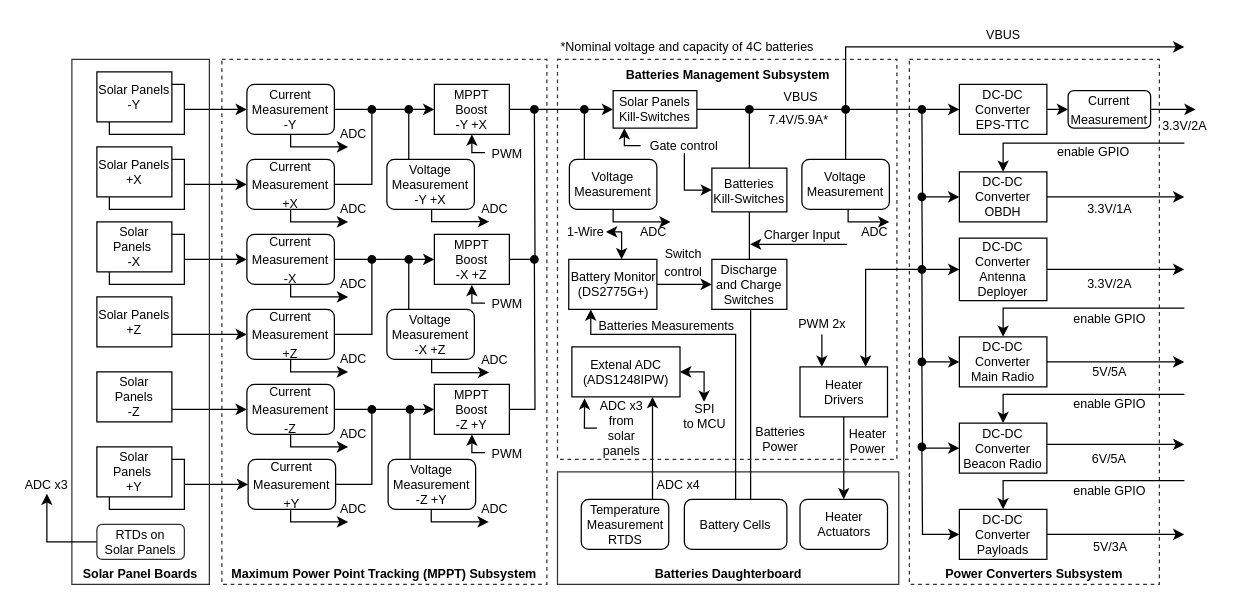
Before: doc/figures/eps2_power_diagram.drawio in spacelab-ufsc/eps2, a draw.io diagram. Source tidied: cells renumbered, new cells numbered last; positions are measured from the earlier drawing's top-left corner, leaving out a move shared by most shapes. Both pictures are drawn from the tidied source at 125%, with x=0, y=0 at pixel (21, 21).
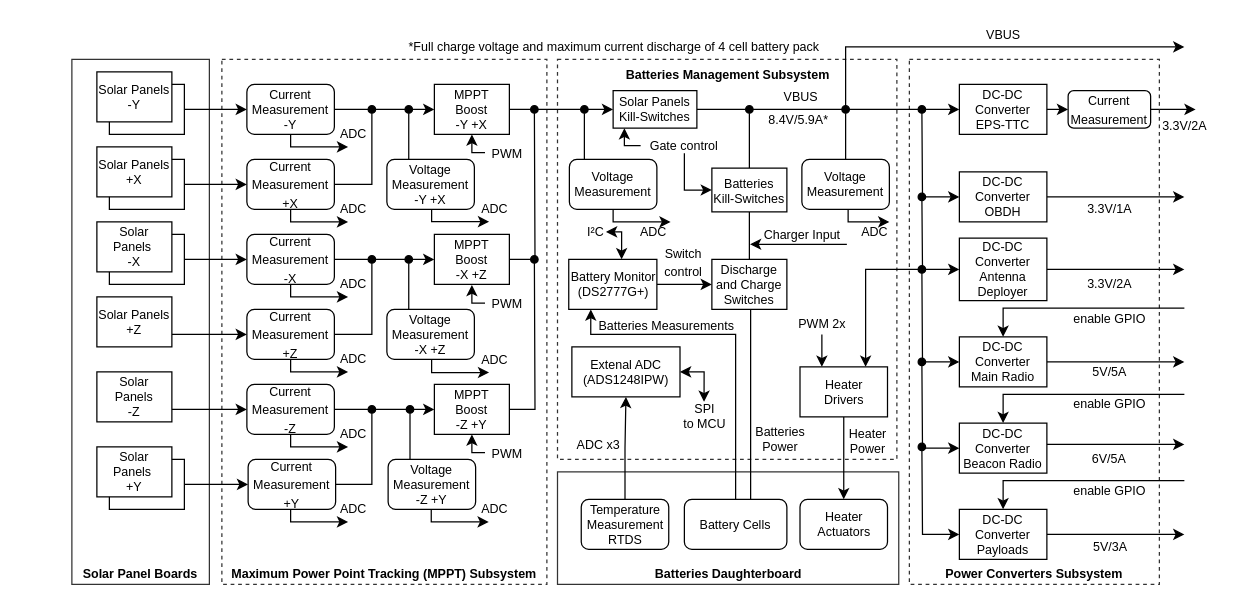
Above is the later version.

Commit message (it also covers changes not shown here):
doc: chapters: overview: Updating MCU and power block diagrams, adding PNG source images #127 #128 #130

Unchanged cells that the change refers to:
```xml
<mxCell id="59" value="Extenal ADC (ADS1248IPW)" style="rounded=0;whiteSpace=wrap;html=1;fontSize=10;" parent="1" vertex="1">
  <mxGeometry x="440" y="260" width="86.5" height="40" as="geometry" />
</mxCell>
<mxCell id="61" value="&lt;span&gt;Temperature&lt;/span&gt;&lt;br&gt;Measurement&lt;br&gt;&lt;span&gt;RTDS&lt;/span&gt;" style="rounded=1;whiteSpace=wrap;html=1;fontSize=10;" parent="1" vertex="1">
  <mxGeometry x="447.5" y="382" width="70" height="40" as="geometry" />
</mxCell>
```

Diff of the diagram source:
```diff
@@
-    <mxCell id="57" value="Battery Monitor&lt;br&gt;(DS2775G+)" style="rounded=0;whiteSpace=wrap;html=1;fontSize=10;" parent="1" vertex="1">
+    <mxCell id="57" value="Battery Monitor&lt;br&gt;(DS2777G+)" style="rounded=0;whiteSpace=wrap;html=1;fontSize=10;" parent="1" vertex="1">
       <mxGeometry x="437.5" y="190" width="70.5" height="40" as="geometry" />
     </mxCell>
@@
-    <mxCell id="60" style="edgeStyle=orthogonalEdgeStyle;rounded=0;orthogonalLoop=1;jettySize=auto;html=1;exitX=0.5;exitY=0;exitDx=0;exitDy=0;entryX=0.5;entryY=1;entryDx=0;entryDy=0;endArrow=classic;endFill=1;fontSize=10;" parent="1" edge="1">
-      <mxGeometry relative="1" as="geometry">
-        <mxPoint x="504.5" y="382" as="sourcePoint" />
-        <mxPoint x="504.5" y="300" as="targetPoint" />
-      </mxGeometry>
+    <mxCell id="60" style="edgeStyle=orthogonalEdgeStyle;rounded=0;jettySize=auto;html=1;exitX=0.5;exitY=0;exitDx=0;exitDy=0;entryX=0.5;entryY=1;entryDx=0;entryDy=0;endArrow=classic;endFill=1;fontSize=10;" parent="1" edge="1" source="61" target="59">
+      <mxGeometry relative="1" as="geometry" />
     </mxCell>
@@
-    <mxCell id="91" value="7.4V/5.9A*" style="text;html=1;strokeColor=none;fillColor=none;align=center;verticalAlign=middle;whiteSpace=wrap;rounded=0;shadow=0;glass=0;sketch=0;fontSize=10;" parent="1" vertex="1">
+    <mxCell id="91" value="8.4V/5.9A*" style="text;html=1;strokeColor=none;fillColor=none;align=center;verticalAlign=middle;whiteSpace=wrap;rounded=0;shadow=0;glass=0;sketch=0;fontSize=10;" parent="1" vertex="1">
       <mxGeometry x="591" y="70" width="61" height="16" as="geometry" />
     </mxCell>
@@
-    <mxCell id="100" value="ADC x4" style="text;html=1;strokeColor=none;fillColor=none;align=center;verticalAlign=middle;whiteSpace=wrap;rounded=0;shadow=0;glass=0;sketch=0;fontSize=10;" parent="1" vertex="1">
-      <mxGeometry x="504" y="362.5" width="43" height="15" as="geometry" />
+    <mxCell id="100" value="ADC x3" style="text;html=1;strokeColor=none;fillColor=none;align=center;verticalAlign=middle;whiteSpace=wrap;rounded=0;shadow=0;glass=0;sketch=0;fontSize=10;" parent="1" vertex="1">
+      <mxGeometry x="440" y="330" width="43" height="15" as="geometry" />
     </mxCell>
@@
-    <mxCell id="104" style="edgeStyle=orthogonalEdgeStyle;rounded=0;jettySize=auto;html=1;exitX=0;exitY=0.5;exitDx=0;exitDy=0;entryX=0.5;entryY=1;entryDx=0;entryDy=0;" parent="1" edge="1" source="105" target="106">
-      <mxGeometry relative="1" as="geometry">
-        <Array as="points">
-          <mxPoint x="20" y="416" />
-        </Array>
-      </mxGeometry>
-    </mxCell>
-    <mxCell id="105" value="RTDs on&lt;br&gt;Solar Panels" style="rounded=1;whiteSpace=wrap;html=1;strokeColor=#333333;strokeWidth=1;fillColor=none;fontSize=10;" parent="1" vertex="1">
-      <mxGeometry x="60" y="402" width="70" height="28" as="geometry" />
-    </mxCell>
-    <mxCell id="106" value="ADC x3" style="text;html=1;strokeColor=none;fillColor=none;align=center;verticalAlign=middle;whiteSpace=wrap;rounded=0;shadow=0;glass=0;sketch=0;fontSize=10;" parent="1" vertex="1">
-      <mxGeometry y="362.5" width="40" height="15" as="geometry" />
-    </mxCell>
@@
-    <mxCell id="124" style="edgeStyle=orthogonalEdgeStyle;rounded=0;orthogonalLoop=1;jettySize=auto;html=1;startArrow=classic;startFill=1;endArrow=none;endFill=0;strokeWidth=1;fontSize=10;fontColor=#FF0000;exitX=0.5;exitY=0;exitDx=0;exitDy=0;" parent="1" edge="1">
-      <mxGeometry relative="1" as="geometry">
-        <mxPoint x="785" y="120" as="sourcePoint" />
-        <mxPoint x="930" y="97" as="targetPoint" />
-        <Array as="points">
-          <mxPoint x="785" y="97" />
-          <mxPoint x="880" y="97" />
-        </Array>
-      </mxGeometry>
-    </mxCell>
-    <mxCell id="125" value="enable GPIO" style="text;html=1;strokeColor=none;fillColor=none;align=center;verticalAlign=middle;whiteSpace=wrap;rounded=0;shadow=0;glass=0;sketch=0;fontSize=10;" parent="1" vertex="1">
-      <mxGeometry x="821" y="96.5" width="73" height="15" as="geometry" />
-    </mxCell>
@@
-    <mxCell id="130" value="ADC x3&lt;br&gt;from&lt;br&gt;solar panels" style="text;html=1;strokeColor=none;fillColor=none;align=center;verticalAlign=middle;whiteSpace=wrap;rounded=0;shadow=0;glass=0;sketch=0;fontSize=10;" parent="1" vertex="1">
-      <mxGeometry x="460" y="299.6" width="40" height="50.8" as="geometry" />
-    </mxCell>
-    <mxCell id="131" style="endArrow=classic;html=1;strokeColor=#000000;fontColor=#000000;entryX=0.118;entryY=1.029;entryDx=0;entryDy=0;entryPerimeter=0;exitX=0;exitY=0.5;exitDx=0;exitDy=0;rounded=0;" parent="1" edge="1" source="130" target="59">
-      <mxGeometry relative="1" as="geometry">
-        <Array as="points">
-          <mxPoint x="450" y="325" />
-        </Array>
-      </mxGeometry>
-    </mxCell>
@@
-    <mxCell id="152" value="*Nominal voltage and capacity of 4C batteries " style="text;html=1;strokeColor=none;fillColor=none;align=center;verticalAlign=middle;whiteSpace=wrap;rounded=0;shadow=0;glass=0;sketch=0;fontSize=10;" parent="1" vertex="1">
-      <mxGeometry x="420" y="10" width="225" height="20" as="geometry" />
+    <mxCell id="152" value="*Full charge voltage and maximum current discharge of 4 cell battery pack " style="text;html=1;strokeColor=none;fillColor=none;align=center;verticalAlign=middle;whiteSpace=wrap;rounded=0;shadow=0;glass=0;sketch=0;fontSize=10;" parent="1" vertex="1">
+      <mxGeometry x="290" y="10" width="368" height="20" as="geometry" />
     </mxCell>
-    <mxCell id="153" value="1-Wire" style="text;html=1;strokeColor=none;fillColor=none;align=right;verticalAlign=middle;whiteSpace=wrap;rounded=0;shadow=0;glass=0;sketch=0;fontSize=10;" parent="1" vertex="1">
+    <mxCell id="153" value="I²C" style="text;html=1;strokeColor=none;fillColor=none;align=right;verticalAlign=middle;whiteSpace=wrap;rounded=0;shadow=0;glass=0;sketch=0;fontSize=10;" parent="1" vertex="1">
       <mxGeometry x="435.5" y="163" width="31.8" height="10" as="geometry" />
     </mxCell>
```
